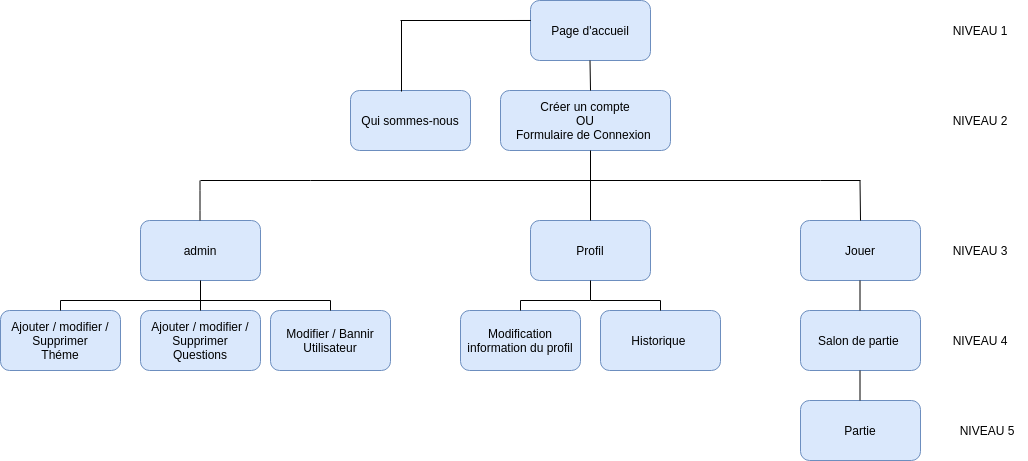
Before: Docs/CDC/arbo.png, a diagram exported from draw.io (Maykeul93/Projet-Apotheose-Size-Doesnt-Matter). Source tidied: cells renumbered, new cells last; positions are measured from the earlier drawing's top-left corner, leaving out a move shared by most shapes.
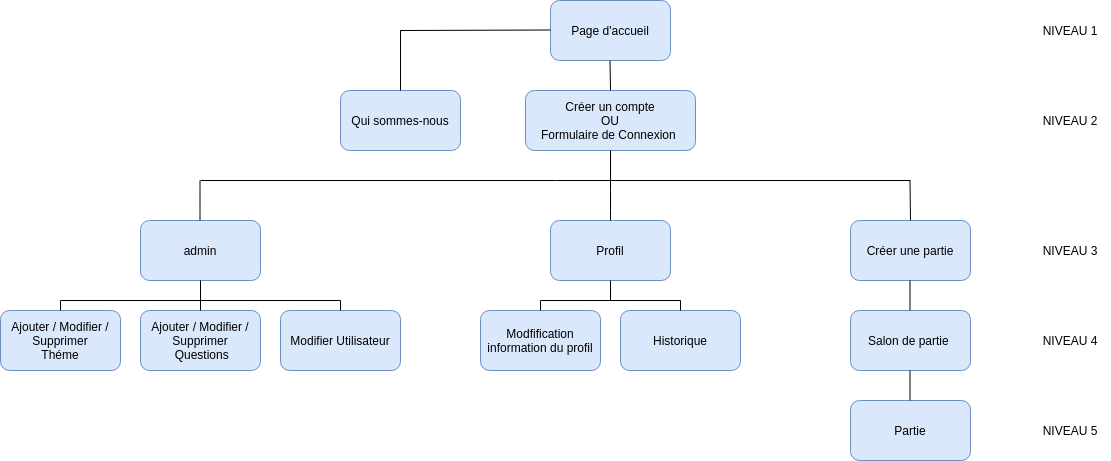
Above is the later version.

What changed in the source:
```diff
@@ -3,10 +3,10 @@
     <mxCell id="0" />
     <mxCell id="1" parent="0" />
     <mxCell id="2" value="Page d'accueil" style="rounded=1;whiteSpace=wrap;html=1;fillColor=#dae8fc;strokeColor=#6c8ebf;" parent="1" vertex="1">
-      <mxGeometry x="530" width="120" height="60" as="geometry" />
+      <mxGeometry x="460" width="120" height="60" as="geometry" />
     </mxCell>
     <mxCell id="3" value="Qui sommes-nous" style="rounded=1;whiteSpace=wrap;html=1;fillColor=#dae8fc;strokeColor=#6c8ebf;" parent="1" vertex="1">
-      <mxGeometry x="350" y="90" width="120" height="60" as="geometry" />
+      <mxGeometry x="250" y="90" width="120" height="60" as="geometry" />
     </mxCell>
     <mxCell id="4" value="NIVEAU 1" style="text;html=1;strokeColor=none;fillColor=none;align=center;verticalAlign=middle;whiteSpace=wrap;rounded=0;" parent="1" vertex="1">
       <mxGeometry x="940" y="20" width="80" height="20" as="geometry" />
@@ -14,173 +14,156 @@
     <mxCell id="5" value="NIVEAU 2" style="text;html=1;strokeColor=none;fillColor=none;align=center;verticalAlign=middle;whiteSpace=wrap;rounded=0;" parent="1" vertex="1">
       <mxGeometry x="940" y="110" width="80" height="20" as="geometry" />
     </mxCell>
+    <mxCell id="42" style="endArrow=none;html=1;entryX=0.5;entryY=0;entryDx=0;entryDy=0;" parent="1" edge="1" target="3">
+      <mxGeometry relative="1" as="geometry">
+        <mxPoint x="310" y="30" as="sourcePoint" />
+      </mxGeometry>
+    </mxCell>
     <mxCell id="6" value="Créer un compte&lt;br&gt;OU&lt;br&gt;Formulaire de Connexion&amp;nbsp;" style="rounded=1;whiteSpace=wrap;html=1;fillColor=#dae8fc;strokeColor=#6c8ebf;" parent="1" vertex="1">
-      <mxGeometry x="500" y="90" width="170" height="60" as="geometry" />
+      <mxGeometry x="435" y="90" width="170" height="60" as="geometry" />
     </mxCell>
+    <mxCell id="43" style="endArrow=none;html=1;" parent="1" edge="1">
+      <mxGeometry relative="1" as="geometry">
+        <mxPoint x="460" y="29.5" as="sourcePoint" />
+        <mxPoint x="310" y="30" as="targetPoint" />
+      </mxGeometry>
+    </mxCell>
     <mxCell id="7" value="NIVEAU 3" style="text;html=1;strokeColor=none;fillColor=none;align=center;verticalAlign=middle;whiteSpace=wrap;rounded=0;" parent="1" vertex="1">
       <mxGeometry x="940" y="240" width="80" height="20" as="geometry" />
     </mxCell>
-    <mxCell id="8" value="Jouer" style="rounded=1;whiteSpace=wrap;html=1;fillColor=#dae8fc;strokeColor=#6c8ebf;" parent="1" vertex="1">
-      <mxGeometry x="800" y="220" width="120" height="60" as="geometry" />
+    <mxCell id="8" value="Créer une partie" style="rounded=1;whiteSpace=wrap;html=1;fillColor=#dae8fc;strokeColor=#6c8ebf;" parent="1" vertex="1">
+      <mxGeometry x="760" y="220" width="120" height="60" as="geometry" />
     </mxCell>
     <mxCell id="9" value="Profil" style="rounded=1;whiteSpace=wrap;html=1;fillColor=#dae8fc;strokeColor=#6c8ebf;" parent="1" vertex="1">
-      <mxGeometry x="530" y="220" width="120" height="60" as="geometry" />
+      <mxGeometry x="460" y="220" width="120" height="60" as="geometry" />
     </mxCell>
     <mxCell id="10" value="Salon de partie&amp;nbsp;" style="rounded=1;whiteSpace=wrap;html=1;fillColor=#dae8fc;strokeColor=#6c8ebf;" parent="1" vertex="1">
-      <mxGeometry x="800" y="310" width="120" height="60" as="geometry" />
+      <mxGeometry x="760" y="310" width="120" height="60" as="geometry" />
     </mxCell>
     <mxCell id="11" style="endArrow=none;html=1;entryX=0.5;entryY=1;entryDx=0;entryDy=0;" parent="1" edge="1">
       <mxGeometry relative="1" as="geometry">
-        <mxPoint x="859.5" y="310" as="sourcePoint" />
-        <mxPoint x="859.5" y="280" as="targetPoint" />
+        <mxPoint x="819.5" y="310" as="sourcePoint" />
+        <mxPoint x="819.5" y="280" as="targetPoint" />
       </mxGeometry>
     </mxCell>
     <mxCell id="12" value="Partie" style="rounded=1;whiteSpace=wrap;html=1;fillColor=#dae8fc;strokeColor=#6c8ebf;" parent="1" vertex="1">
-      <mxGeometry x="800" y="400" width="120" height="60" as="geometry" />
+      <mxGeometry x="760" y="400" width="120" height="60" as="geometry" />
     </mxCell>
     <mxCell id="13" value="NIVEAU 4" style="text;html=1;strokeColor=none;fillColor=none;align=center;verticalAlign=middle;whiteSpace=wrap;rounded=0;" parent="1" vertex="1">
       <mxGeometry x="940" y="330" width="80" height="20" as="geometry" />
     </mxCell>
     <mxCell id="14" value="NIVEAU 5" style="text;html=1;strokeColor=none;fillColor=none;align=center;verticalAlign=middle;whiteSpace=wrap;rounded=0;" parent="1" vertex="1">
-      <mxGeometry x="947" y="420" width="80" height="20" as="geometry" />
+      <mxGeometry x="940" y="415" width="80" height="30" as="geometry" />
     </mxCell>
     <mxCell id="15" style="endArrow=none;html=1;" parent="1" edge="1">
       <mxGeometry relative="1" as="geometry">
-        <mxPoint x="590" y="90" as="sourcePoint" />
-        <mxPoint x="589.5" y="60" as="targetPoint" />
+        <mxPoint x="520" y="90" as="sourcePoint" />
+        <mxPoint x="519.5" y="60" as="targetPoint" />
       </mxGeometry>
     </mxCell>
     <mxCell id="16" style="endArrow=none;html=1;entryX=0.5;entryY=1;entryDx=0;entryDy=0;" parent="1" edge="1">
       <mxGeometry relative="1" as="geometry">
-        <mxPoint x="859.5" y="400" as="sourcePoint" />
-        <mxPoint x="859.5" y="370" as="targetPoint" />
+        <mxPoint x="819.5" y="400" as="sourcePoint" />
+        <mxPoint x="819.5" y="370" as="targetPoint" />
       </mxGeometry>
     </mxCell>
     <mxCell id="17" style="endArrow=none;html=1;" parent="1" edge="1">
       <mxGeometry relative="1" as="geometry">
-        <mxPoint x="310" y="180" as="sourcePoint" />
+        <mxPoint x="110" y="180" as="sourcePoint" />
         <mxPoint x="820" y="180" as="targetPoint" />
       </mxGeometry>
     </mxCell>
+    <mxCell id="44" style="endArrow=none;html=1;" parent="1" edge="1" source="9">
+      <mxGeometry relative="1" as="geometry">
+        <mxPoint x="520" y="180" as="targetPoint" />
+        <Array as="points">
+          <mxPoint x="520" y="200" />
+        </Array>
+      </mxGeometry>
+    </mxCell>
     <mxCell id="18" style="endArrow=none;html=1;" parent="1" edge="1">
       <mxGeometry relative="1" as="geometry">
-        <mxPoint x="860" y="220" as="sourcePoint" />
-        <mxPoint x="859.5" y="180" as="targetPoint" />
+        <mxPoint x="820" y="220" as="sourcePoint" />
+        <mxPoint x="819.5" y="180" as="targetPoint" />
       </mxGeometry>
     </mxCell>
     <mxCell id="19" value="admin" style="rounded=1;whiteSpace=wrap;html=1;fillColor=#dae8fc;strokeColor=#6c8ebf;" parent="1" vertex="1">
-      <mxGeometry x="140" y="220" width="120" height="60" as="geometry" />
+      <mxGeometry x="50" y="220" width="120" height="60" as="geometry" />
     </mxCell>
     <mxCell id="20" style="endArrow=none;html=1;" parent="1" edge="1">
       <mxGeometry relative="1" as="geometry">
-        <mxPoint x="199.5" y="220" as="sourcePoint" />
-        <mxPoint x="199.5" y="180" as="targetPoint" />
+        <mxPoint x="109.5" y="220" as="sourcePoint" />
+        <mxPoint x="109.5" y="180" as="targetPoint" />
         <Array as="points">
-          <mxPoint x="199.5" y="200" />
+          <mxPoint x="109.5" y="200" />
         </Array>
       </mxGeometry>
     </mxCell>
-    <mxCell id="21" style="endArrow=none;html=1;entryX=0.5;entryY=1;entryDx=0;entryDy=0;" parent="1" edge="1" target="19">
-      <mxGeometry relative="1" as="geometry">
-        <mxPoint x="200" y="300" as="sourcePoint" />
-      </mxGeometry>
-    </mxCell>
-    <mxCell id="22" value="Ajouter / modifier / Supprimer&lt;br&gt;Questions" style="rounded=1;whiteSpace=wrap;html=1;fillColor=#dae8fc;strokeColor=#6c8ebf;" parent="1" vertex="1">
-      <mxGeometry x="140" y="310" width="120" height="60" as="geometry" />
-    </mxCell>
-    <mxCell id="23" value="Modifier / Bannir&lt;br&gt;Utilisateur" style="rounded=1;whiteSpace=wrap;html=1;fillColor=#dae8fc;strokeColor=#6c8ebf;" parent="1" vertex="1">
-      <mxGeometry x="270" y="310" width="120" height="60" as="geometry" />
-    </mxCell>
-    <mxCell id="24" value="Ajouter / modifier / Supprimer&lt;br&gt;Théme" style="rounded=1;whiteSpace=wrap;html=1;fillColor=#dae8fc;strokeColor=#6c8ebf;" parent="1" vertex="1">
-      <mxGeometry y="310" width="120" height="60" as="geometry" />
-    </mxCell>
-    <mxCell id="25" value="Modification information du profil" style="rounded=1;whiteSpace=wrap;html=1;fillColor=#dae8fc;strokeColor=#6c8ebf;" parent="1" vertex="1">
-      <mxGeometry x="460" y="310" width="120" height="60" as="geometry" />
-    </mxCell>
+    <mxCell id="45" style="endArrow=none;html=1;entryX=0.5;entryY=1;entryDx=0;entryDy=0;" parent="1" edge="1" target="6">
+      <mxGeometry relative="1" as="geometry">
+        <mxPoint x="520" y="180" as="sourcePoint" />
+      </mxGeometry>
+    </mxCell>
+    <mxCell id="46" value="Ajouter / Modifier / Supprimer&lt;br&gt;&amp;nbsp;Questions" style="rounded=1;whiteSpace=wrap;html=1;fillColor=#dae8fc;strokeColor=#6c8ebf;" parent="1" vertex="1">
+      <mxGeometry x="50" y="310" width="120" height="60" as="geometry" />
+    </mxCell>
+    <mxCell id="47" value="Modifier Utilisateur" style="rounded=1;whiteSpace=wrap;html=1;fillColor=#dae8fc;strokeColor=#6c8ebf;" parent="1" vertex="1">
+      <mxGeometry x="190" y="310" width="120" height="60" as="geometry" />
+    </mxCell>
+    <mxCell id="48" value="Ajouter / Modifier /&lt;br&gt;Supprimer&lt;br&gt;Théme" style="rounded=1;whiteSpace=wrap;html=1;fillColor=#dae8fc;strokeColor=#6c8ebf;" parent="1" vertex="1">
+      <mxGeometry x="-90" y="310" width="120" height="60" as="geometry" />
+    </mxCell>
+    <mxCell id="49" value="Modfification information du profil" style="rounded=1;whiteSpace=wrap;html=1;fillColor=#dae8fc;strokeColor=#6c8ebf;" parent="1" vertex="1">
+      <mxGeometry x="390" y="310" width="120" height="60" as="geometry" />
+    </mxCell>
-    <mxCell id="26" value="Historique&amp;nbsp;" style="rounded=1;whiteSpace=wrap;html=1;fillColor=#dae8fc;strokeColor=#6c8ebf;" parent="1" vertex="1">
-      <mxGeometry x="600" y="310" width="120" height="60" as="geometry" />
+    <mxCell id="26" value="Historique" style="rounded=1;whiteSpace=wrap;html=1;fillColor=#dae8fc;strokeColor=#6c8ebf;" parent="1" vertex="1">
+      <mxGeometry x="530" y="310" width="120" height="60" as="geometry" />
     </mxCell>
-    <mxCell id="27" style="endArrow=none;html=1;" parent="1" edge="1">
-      <mxGeometry relative="1" as="geometry">
-        <mxPoint x="400" y="20" as="sourcePoint" />
-        <mxPoint x="530" y="20" as="targetPoint" />
-      </mxGeometry>
-    </mxCell>
-    <mxCell id="28" style="endArrow=none;html=1;exitX=0.425;exitY=0.017;exitDx=0;exitDy=0;exitPerimeter=0;" parent="1" edge="1" source="3">
-      <mxGeometry relative="1" as="geometry">
-        <mxPoint x="401" y="20" as="targetPoint" />
-      </mxGeometry>
-    </mxCell>
-    <mxCell id="29" style="endArrow=none;html=1;entryX=0.5;entryY=1;entryDx=0;entryDy=0;exitX=0.5;exitY=0;exitDx=0;exitDy=0;" parent="1" edge="1" source="9">
-      <mxGeometry relative="1" as="geometry">
-        <mxPoint x="590" y="150" as="targetPoint" />
-      </mxGeometry>
-    </mxCell>
-    <mxCell id="30" style="endArrow=none;html=1;entryX=0.5;entryY=1;entryDx=0;entryDy=0;" parent="1" edge="1" target="9">
-      <mxGeometry relative="1" as="geometry">
-        <mxPoint x="590" y="300" as="sourcePoint" />
-      </mxGeometry>
-    </mxCell>
-    <mxCell id="31" style="endArrow=none;html=1;" parent="1" edge="1">
-      <mxGeometry relative="1" as="geometry">
-        <mxPoint x="860" y="180" as="sourcePoint" />
-        <mxPoint x="820" y="180" as="targetPoint" />
-      </mxGeometry>
-    </mxCell>
-    <mxCell id="32" style="endArrow=none;html=1;entryX=0;entryY=0.333;entryDx=0;entryDy=0;entryPerimeter=0;" parent="1" edge="1" target="2">
-      <mxGeometry relative="1" as="geometry">
-        <mxPoint x="500" y="20" as="sourcePoint" />
-      </mxGeometry>
-    </mxCell>
-    <mxCell id="33" style="endArrow=none;html=1;" parent="1" edge="1">
-      <mxGeometry relative="1" as="geometry">
-        <mxPoint x="200" y="180" as="sourcePoint" />
-        <mxPoint x="310" y="180" as="targetPoint" />
-      </mxGeometry>
-    </mxCell>
-    <mxCell id="34" style="endArrow=none;html=1;" parent="1" edge="1">
-      <mxGeometry relative="1" as="geometry">
-        <mxPoint x="520" y="300" as="sourcePoint" />
-        <mxPoint x="590" y="300" as="targetPoint" />
-      </mxGeometry>
-    </mxCell>
-    <mxCell id="35" style="endArrow=none;html=1;exitX=0.5;exitY=0;exitDx=0;exitDy=0;" parent="1" edge="1" source="25">
-      <mxGeometry relative="1" as="geometry">
-        <mxPoint x="520" y="300" as="targetPoint" />
-      </mxGeometry>
-    </mxCell>
-    <mxCell id="36" style="endArrow=none;html=1;" parent="1" edge="1">
-      <mxGeometry relative="1" as="geometry">
-        <mxPoint x="660" y="300" as="sourcePoint" />
-        <mxPoint x="590" y="300" as="targetPoint" />
-      </mxGeometry>
-    </mxCell>
-    <mxCell id="37" style="endArrow=none;html=1;exitX=0.5;exitY=0;exitDx=0;exitDy=0;" parent="1" edge="1" source="26">
-      <mxGeometry relative="1" as="geometry">
-        <mxPoint x="660" y="300" as="targetPoint" />
-      </mxGeometry>
-    </mxCell>
-    <mxCell id="38" style="endArrow=none;html=1;" parent="1" edge="1">
-      <mxGeometry relative="1" as="geometry">
-        <mxPoint x="60" y="300" as="sourcePoint" />
-        <mxPoint x="330" y="300" as="targetPoint" />
-      </mxGeometry>
-    </mxCell>
-    <mxCell id="39" style="endArrow=none;html=1;" parent="1" edge="1">
-      <mxGeometry relative="1" as="geometry">
-        <mxPoint x="330" y="300" as="sourcePoint" />
-        <mxPoint x="330" y="310" as="targetPoint" />
-      </mxGeometry>
-    </mxCell>
-    <mxCell id="40" style="endArrow=none;html=1;exitX=0.5;exitY=0;exitDx=0;exitDy=0;" parent="1" edge="1" source="22">
-      <mxGeometry relative="1" as="geometry">
-        <mxPoint x="200" y="300" as="targetPoint" />
-      </mxGeometry>
-    </mxCell>
-    <mxCell id="41" style="endArrow=none;html=1;exitX=0.5;exitY=0;exitDx=0;exitDy=0;" parent="1" edge="1" source="24">
-      <mxGeometry relative="1" as="geometry">
-        <mxPoint x="60" y="300" as="targetPoint" />
-      </mxGeometry>
-    </mxCell>
+    <mxCell id="50" style="endArrow=none;html=1;entryX=0.5;entryY=1;entryDx=0;entryDy=0;" parent="1" edge="1" target="9">
+      <mxGeometry relative="1" as="geometry">
+        <mxPoint x="520" y="300" as="sourcePoint" />
+      </mxGeometry>
+    </mxCell>
+    <mxCell id="51" style="endArrow=none;html=1;" parent="1" edge="1">
+      <mxGeometry relative="1" as="geometry">
+        <mxPoint x="520" y="300" as="sourcePoint" />
+        <mxPoint x="590" y="300" as="targetPoint" />
+      </mxGeometry>
+    </mxCell>
+    <mxCell id="52" style="endArrow=none;html=1;" parent="1" edge="1">
+      <mxGeometry relative="1" as="geometry">
+        <mxPoint x="520" y="300" as="sourcePoint" />
+        <mxPoint x="450" y="300" as="targetPoint" />
+      </mxGeometry>
+    </mxCell>
+    <mxCell id="53" style="endArrow=none;html=1;exitX=0.5;exitY=0;exitDx=0;exitDy=0;" parent="1" edge="1" source="49">
+      <mxGeometry relative="1" as="geometry">
+        <mxPoint x="450" y="300" as="targetPoint" />
+      </mxGeometry>
+    </mxCell>
+    <mxCell id="54" style="endArrow=none;html=1;exitX=0.5;exitY=0;exitDx=0;exitDy=0;" parent="1" edge="1" source="26">
+      <mxGeometry relative="1" as="geometry">
+        <mxPoint x="590" y="300" as="targetPoint" />
+      </mxGeometry>
+    </mxCell>
+    <mxCell id="55" style="endArrow=none;html=1;" parent="1" edge="1">
+      <mxGeometry relative="1" as="geometry">
+        <mxPoint x="-30" y="300" as="sourcePoint" />
+        <mxPoint x="250" y="300" as="targetPoint" />
+      </mxGeometry>
+    </mxCell>
+    <mxCell id="56" style="endArrow=none;html=1;exitX=0.5;exitY=0;exitDx=0;exitDy=0;" parent="1" edge="1" source="47">
+      <mxGeometry relative="1" as="geometry">
+        <mxPoint x="250" y="300" as="targetPoint" />
+      </mxGeometry>
+    </mxCell>
+    <mxCell id="57" style="endArrow=none;html=1;exitX=0.5;exitY=0;exitDx=0;exitDy=0;entryX=0.5;entryY=1;entryDx=0;entryDy=0;" parent="1" edge="1" source="46" target="19">
+      <mxGeometry relative="1" as="geometry" />
+    </mxCell>
+    <mxCell id="58" style="endArrow=none;html=1;exitX=0.5;exitY=0;exitDx=0;exitDy=0;" parent="1" edge="1" source="48">
+      <mxGeometry relative="1" as="geometry">
+        <mxPoint x="-30" y="300" as="targetPoint" />
+      </mxGeometry>
+    </mxCell>
   </root>
 </mxGraphModel>
```
